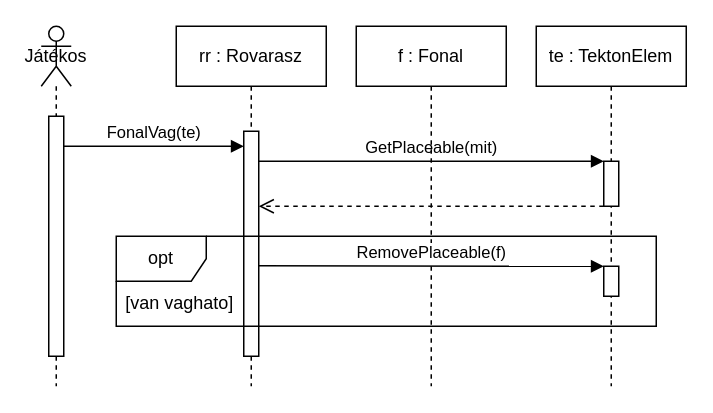
The draw.io diagram UML/ujSzekvencia/Rovarasz_FonalVag.drawio in CsipetCsapatProjlab/Project, before the edit. Source tidied: cells renumbered, new cells numbered last; positions are measured from the earlier drawing's top-left corner, leaving out a move shared by most shapes. Both pictures are drawn from the tidied source at 150%, with x=0, y=0 at pixel (40, 26).
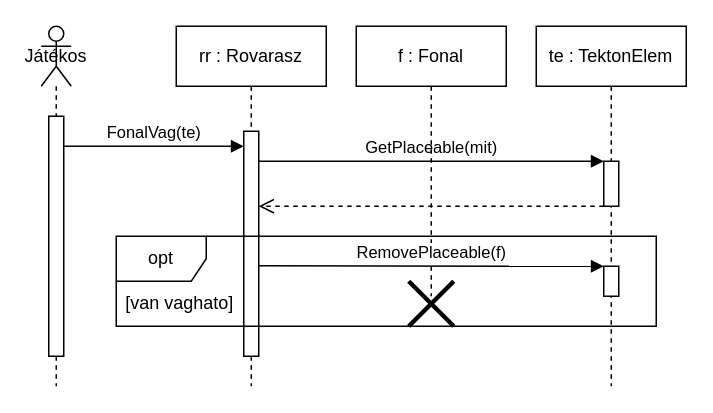
The same page after the edit.

Commit message (it also covers changes not shown here):
Rovarasz_FonalVag javitva

Change to the diagram source:
```diff
@@
     <mxCell id="8" value="f : Fonal" style="shape=umlLifeline;perimeter=lifelinePerimeter;whiteSpace=wrap;html=1;newEdgeStyle={&quot;curved&quot;:0,&quot;rounded&quot;:0};" parent="1" vertex="1">
-      <mxGeometry x="210" width="100" height="240" as="geometry" />
+      <mxGeometry x="210" width="100" height="180" as="geometry" />
     </mxCell>
@@
+    <mxCell id="16" style="shape=umlDestroy;whiteSpace=wrap;html=1;strokeWidth=3;targetShapes=umlLifeline;" parent="1" vertex="1">
+      <mxGeometry x="245" y="170" width="30" height="30" as="geometry" />
+    </mxCell>
```
